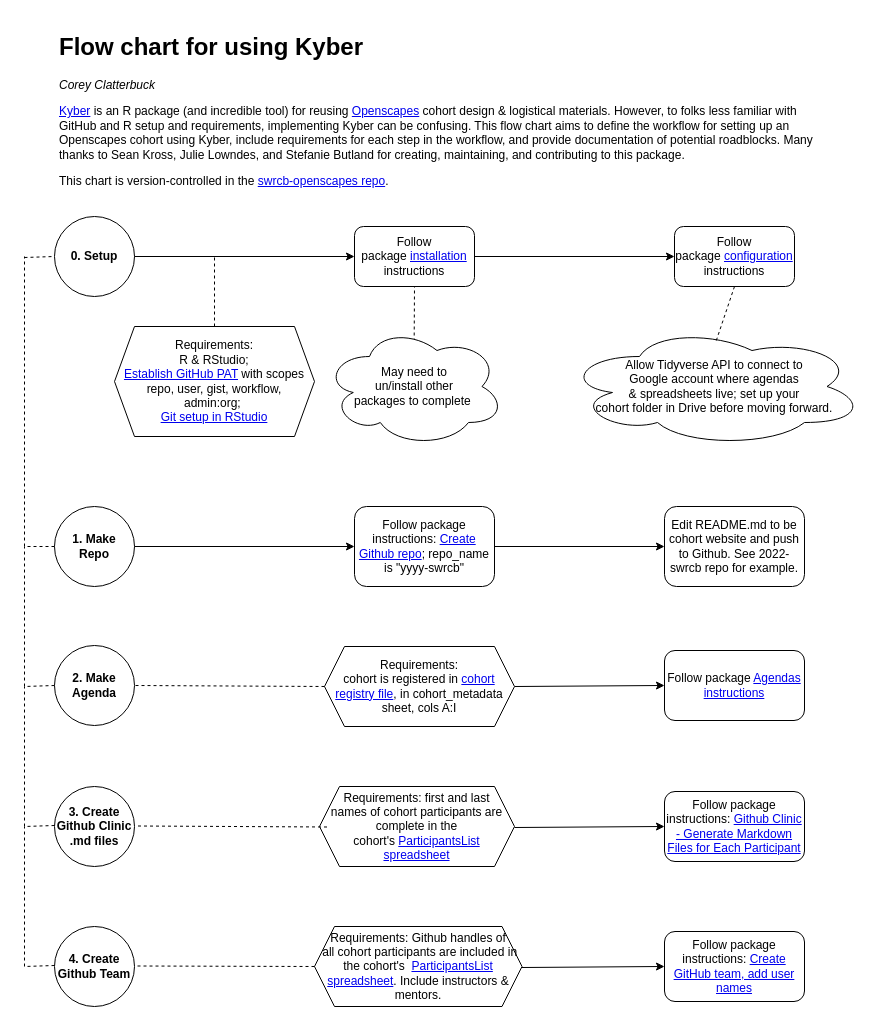
The draw.io diagram images/KyberFlow.drawio in CAWaterBoardDataCenter/swrcb-openscapes, before the edit. Source tidied: cells renumbered, new cells numbered last; positions are measured from the earlier drawing's top-left corner, leaving out a move shared by most shapes. Both pictures are drawn from the tidied source at 100%, with x=0, y=0 at pixel (24, 27).
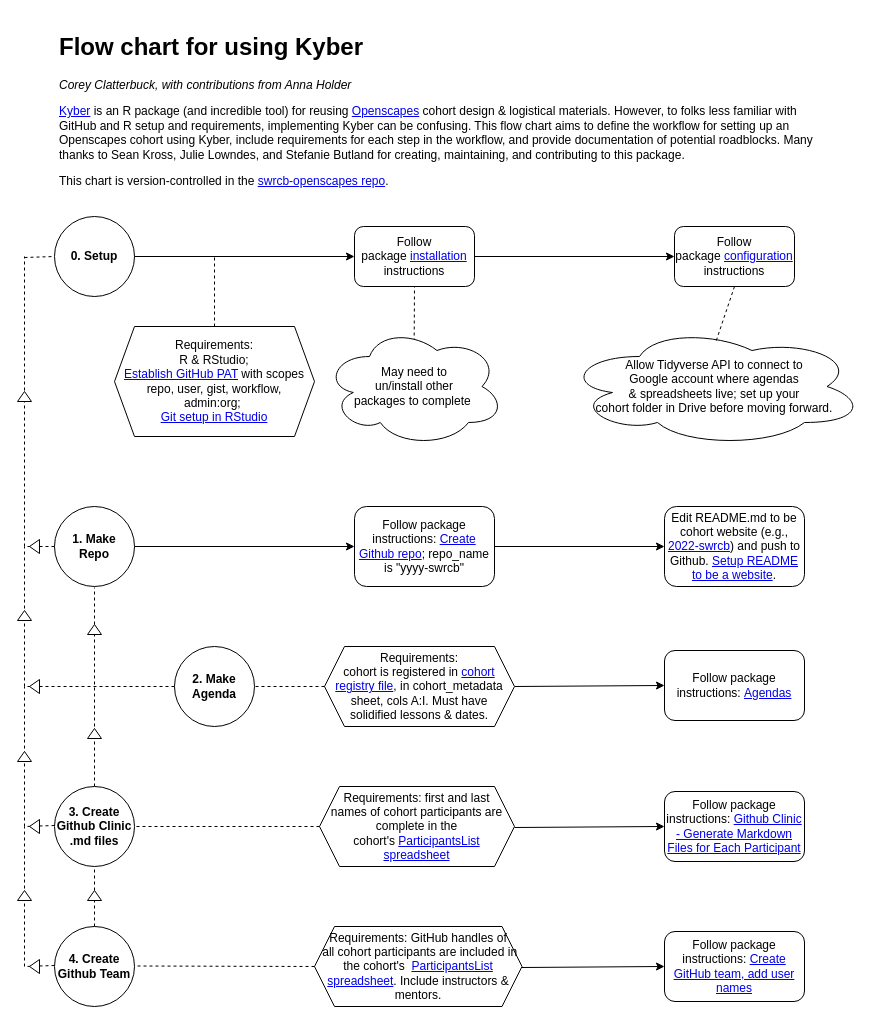
Above is the later version.

Commit message:
edit KyberFlow requirements flow

Unchanged cells that the change refers to:
```xml
<mxCell id="17" value="3. Create Github Clinic .md files" style="ellipse;whiteSpace=wrap;html=1;fontStyle=1;" parent="1" vertex="1">
  <mxGeometry x="30" y="759" width="80" height="80" as="geometry" />
</mxCell>
<mxCell id="18" value="4. Create Github Team" style="ellipse;whiteSpace=wrap;html=1;fontStyle=1;" parent="1" vertex="1">
  <mxGeometry x="30" y="899" width="80" height="80" as="geometry" />
</mxCell>
<mxCell id="25" value="&lt;span style=&quot;font-weight: normal;&quot;&gt;Requirements: first and last &lt;br&gt;names of cohort participants are complete in the cohort's&amp;nbsp;&lt;a href=&quot;https://docs.google.com/spreadsheets/d/1bN80xSd0dkGEKpdAb0s8OmL_8aAF_wzR04DA1h8uZCY/edit#gid=0&quot;&gt;ParticipantsList spreadsheet&lt;/a&gt;&lt;/span&gt;" style="shape=hexagon;perimeter=hexagonPerimeter2;whiteSpace=wrap;html=1;fixedSize=1;fontStyle=1;" parent="1" vertex="1">
  <mxGeometry x="295" y="759" width="195" height="80" as="geometry" />
</mxCell>
```

Change to the diagram source:
```diff
@@
-    <mxCell id="15" value="Edit README.md to be cohort website and push to Github. See 2022-swrcb repo for example." style="rounded=1;whiteSpace=wrap;html=1;" parent="1" vertex="1">
+    <mxCell id="15" value="Edit README.md to be cohort website (e.g., &lt;a href=&quot;https://github.com/Openscapes/2022-swrcb&quot;&gt;2022-swrcb&lt;/a&gt;) and push to Github. &lt;a href=&quot;https://www.youtube.com/watch?v=HIAvNi-4TkU&quot;&gt;Setup README to be a website&lt;/a&gt;." style="rounded=1;whiteSpace=wrap;html=1;" parent="1" vertex="1">
       <mxGeometry x="640" y="479" width="140" height="80" as="geometry" />
     </mxCell>
     <mxCell id="16" value="2. Make&lt;br&gt;Agenda" style="ellipse;whiteSpace=wrap;html=1;fontStyle=1;" parent="1" vertex="1">
-      <mxGeometry x="30" y="618" width="80" height="80" as="geometry" />
+      <mxGeometry x="150" y="619" width="80" height="80" as="geometry" />
     </mxCell>
@@
-    <mxCell id="22" value="Requirements: &lt;br&gt;cohort is registered in &lt;a href=&quot;https://docs.google.com/spreadsheets/d/1Ys9KiTXXmZ_laBoCV2QWEm7AcnGSVQaXvm2xpi4XTSc/edit#gid=695033382&quot;&gt;cohort registry file&lt;/a&gt;, in cohort_metadata sheet, cols A:I" style="shape=hexagon;perimeter=hexagonPerimeter2;whiteSpace=wrap;html=1;fixedSize=1;" parent="1" vertex="1">
+    <mxCell id="22" value="Requirements: &lt;br&gt;cohort is registered in &lt;a href=&quot;https://docs.google.com/spreadsheets/d/1Ys9KiTXXmZ_laBoCV2QWEm7AcnGSVQaXvm2xpi4XTSc/edit#gid=695033382&quot;&gt;cohort registry file&lt;/a&gt;, in cohort_metadata sheet, cols A:I. Must have &lt;br&gt;solidified lessons &amp;amp; dates." style="shape=hexagon;perimeter=hexagonPerimeter2;whiteSpace=wrap;html=1;fixedSize=1;" parent="1" vertex="1">
       <mxGeometry x="300" y="619" width="190" height="80" as="geometry" />
     </mxCell>
@@
-    <mxCell id="24" value="Follow package &lt;a href=&quot;https://github.com/Openscapes/kyber#agendas&quot;&gt;Agendas instructions&lt;/a&gt;" style="rounded=1;whiteSpace=wrap;html=1;" parent="1" vertex="1">
+    <mxCell id="24" value="Follow package instructions:&amp;nbsp;&lt;a href=&quot;https://github.com/Openscapes/kyber#agendas&quot;&gt;Agendas&lt;/a&gt;" style="rounded=1;whiteSpace=wrap;html=1;" parent="1" vertex="1">
       <mxGeometry x="640" y="623" width="140" height="70" as="geometry" />
     </mxCell>
@@
-    <mxCell id="26" value="&lt;span style=&quot;font-weight: normal;&quot;&gt;Requirements: Github handles of&lt;br&gt;&amp;nbsp;all cohort participants are included in the cohort's&amp;nbsp;&amp;nbsp;&lt;a href=&quot;https://docs.google.com/spreadsheets/d/1bN80xSd0dkGEKpdAb0s8OmL_8aAF_wzR04DA1h8uZCY/edit#gid=0&quot;&gt;ParticipantsList spreadsheet&lt;/a&gt;. Include instructors &amp;amp; mentors.&lt;/span&gt;" style="shape=hexagon;perimeter=hexagonPerimeter2;whiteSpace=wrap;html=1;fixedSize=1;fontStyle=1;" parent="1" vertex="1">
+    <mxCell id="26" value="&lt;span style=&quot;font-weight: normal;&quot;&gt;Requirements: GitHub handles of&lt;br&gt;&amp;nbsp;all cohort participants are included in the cohort's&amp;nbsp;&amp;nbsp;&lt;a href=&quot;https://docs.google.com/spreadsheets/d/1bN80xSd0dkGEKpdAb0s8OmL_8aAF_wzR04DA1h8uZCY/edit#gid=0&quot;&gt;ParticipantsList spreadsheet&lt;/a&gt;. Include instructors &amp;amp; mentors.&lt;/span&gt;" style="shape=hexagon;perimeter=hexagonPerimeter2;whiteSpace=wrap;html=1;fixedSize=1;fontStyle=1;" parent="1" vertex="1">
       <mxGeometry x="290" y="899" width="207.5" height="80" as="geometry" />
     </mxCell>
@@
-    <mxCell id="31" style="endArrow=none;dashed=1;html=1;rounded=0;entryX=1;entryY=0.5;entryDx=0;entryDy=0;exitX=0;exitY=0.5;exitDx=0;exitDy=0;" parent="1" edge="1">
-      <mxGeometry relative="1" as="geometry">
-        <mxPoint x="302.5" y="799.5" as="sourcePoint" />
-        <mxPoint x="112.5" y="798.5" as="targetPoint" />
-      </mxGeometry>
+    <mxCell id="31" style="endArrow=none;dashed=1;html=1;rounded=0;entryX=1;entryY=0.5;entryDx=0;entryDy=0;exitX=0;exitY=0.5;exitDx=0;exitDy=0;" parent="1" edge="1" source="25" target="17">
+      <mxGeometry relative="1" as="geometry" />
     </mxCell>
@@
-    <mxCell id="37" value="&lt;h1&gt;Flow chart for using Kyber&lt;/h1&gt;&lt;p&gt;&lt;i&gt;Corey Clatterbuck&lt;/i&gt;&lt;/p&gt;&lt;p&gt;&lt;a href=&quot;https://github.com/Openscapes/kyber&quot;&gt;Kyber&lt;/a&gt; is an R package (and incredible tool) for reusing &lt;a href=&quot;https://openscapes.github.io/approach-guide/&quot;&gt;Openscapes&lt;/a&gt;&amp;nbsp;cohort design &amp;amp; logistical materials. However, to folks less familiar with GitHub and R setup and requirements, implementing Kyber can be confusing. This flow chart aims to define the workflow for setting up an Openscapes cohort using Kyber, include requirements for each step in the workflow, and provide documentation of potential roadblocks. Many thanks to Sean Kross, Julie Lowndes, and Stefanie Butland for creating, maintaining, and contributing to this package.&amp;nbsp;&lt;/p&gt;&lt;p&gt;This chart is version-controlled in the &lt;a href=&quot;https://github.com/CAWaterBoardDataCenter/swrcb-openscapes&quot;&gt;swrcb-openscapes repo&lt;/a&gt;.&lt;/p&gt;" style="text;html=1;strokeColor=none;fillColor=none;spacing=5;spacingTop=-20;whiteSpace=wrap;overflow=hidden;rounded=0;" parent="1" vertex="1">
+    <mxCell id="37" value="&lt;h1&gt;Flow chart for using Kyber&lt;/h1&gt;&lt;p&gt;&lt;i&gt;Corey Clatterbuck, with contributions from Anna Holder&lt;/i&gt;&lt;/p&gt;&lt;p&gt;&lt;a href=&quot;https://github.com/Openscapes/kyber&quot;&gt;Kyber&lt;/a&gt; is an R package (and incredible tool) for reusing &lt;a href=&quot;https://openscapes.github.io/approach-guide/&quot;&gt;Openscapes&lt;/a&gt;&amp;nbsp;cohort design &amp;amp; logistical materials. However, to folks less familiar with GitHub and R setup and requirements, implementing Kyber can be confusing. This flow chart aims to define the workflow for setting up an Openscapes cohort using Kyber, include requirements for each step in the workflow, and provide documentation of potential roadblocks. Many thanks to Sean Kross, Julie Lowndes, and Stefanie Butland for creating, maintaining, and contributing to this package.&amp;nbsp;&lt;/p&gt;&lt;p&gt;This chart is version-controlled in the &lt;a href=&quot;https://github.com/CAWaterBoardDataCenter/swrcb-openscapes&quot;&gt;swrcb-openscapes repo&lt;/a&gt;.&lt;/p&gt;" style="text;html=1;strokeColor=none;fillColor=none;spacing=5;spacingTop=-20;whiteSpace=wrap;overflow=hidden;rounded=0;" parent="1" vertex="1">
       <mxGeometry x="30" width="770" height="170" as="geometry" />
     </mxCell>
@@
+    <mxCell id="39" style="triangle;whiteSpace=wrap;html=1;fontFamily=Helvetica;fontSize=12;fontColor=#000000;align=center;strokeColor=#000000;fillColor=#ffffff;rotation=-90;" parent="1" vertex="1">
+      <mxGeometry x="-5" y="362" width="10" height="14" as="geometry" />
+    </mxCell>
+    <mxCell id="40" style="triangle;whiteSpace=wrap;html=1;fontFamily=Helvetica;fontSize=12;fontColor=#000000;align=center;strokeColor=#000000;fillColor=#ffffff;rotation=-90;" parent="1" vertex="1">
+      <mxGeometry x="-5" y="581" width="10" height="14" as="geometry" />
+    </mxCell>
+    <mxCell id="41" style="triangle;whiteSpace=wrap;html=1;fontFamily=Helvetica;fontSize=12;fontColor=#000000;align=center;strokeColor=#000000;fillColor=#ffffff;rotation=-90;" parent="1" vertex="1">
+      <mxGeometry x="-5" y="722" width="10" height="14" as="geometry" />
+    </mxCell>
+    <mxCell id="42" style="triangle;whiteSpace=wrap;html=1;fontFamily=Helvetica;fontSize=12;fontColor=#000000;align=center;strokeColor=#000000;fillColor=#ffffff;rotation=-90;" parent="1" vertex="1">
+      <mxGeometry x="-5" y="861" width="10" height="14" as="geometry" />
+    </mxCell>
+    <mxCell id="43" style="triangle;whiteSpace=wrap;html=1;fontFamily=Helvetica;fontSize=12;fontColor=#000000;align=center;strokeColor=#000000;fillColor=#ffffff;rotation=-180;" parent="1" vertex="1">
+      <mxGeometry x="5" y="792" width="10" height="14" as="geometry" />
+    </mxCell>
+    <mxCell id="44" style="triangle;whiteSpace=wrap;html=1;fontFamily=Helvetica;fontSize=12;fontColor=#000000;align=center;strokeColor=#000000;fillColor=#ffffff;rotation=-180;" parent="1" vertex="1">
+      <mxGeometry x="5" y="932" width="10" height="14" as="geometry" />
+    </mxCell>
+    <mxCell id="45" style="triangle;whiteSpace=wrap;html=1;fontFamily=Helvetica;fontSize=12;fontColor=#000000;align=center;strokeColor=#000000;fillColor=#ffffff;rotation=-180;" parent="1" vertex="1">
+      <mxGeometry x="5" y="652" width="10" height="14" as="geometry" />
+    </mxCell>
+    <mxCell id="46" style="triangle;whiteSpace=wrap;html=1;fontFamily=Helvetica;fontSize=12;fontColor=#000000;align=center;strokeColor=#000000;fillColor=#ffffff;rotation=-180;" parent="1" vertex="1">
+      <mxGeometry x="5" y="512" width="10" height="14" as="geometry" />
+    </mxCell>
+    <mxCell id="47" style="endArrow=none;dashed=1;html=1;rounded=0;exitX=0.5;exitY=0;exitDx=0;exitDy=0;" parent="1" edge="1" source="17">
+      <mxGeometry relative="1" as="geometry">
+        <mxPoint x="70" y="560" as="targetPoint" />
+      </mxGeometry>
+    </mxCell>
+    <mxCell id="48" style="triangle;whiteSpace=wrap;html=1;fontFamily=Helvetica;fontSize=12;fontColor=#000000;align=center;strokeColor=#000000;fillColor=#ffffff;rotation=-90;" parent="1" vertex="1">
+      <mxGeometry x="65" y="595" width="10" height="14" as="geometry" />
+    </mxCell>
+    <mxCell id="49" style="triangle;whiteSpace=wrap;html=1;fontFamily=Helvetica;fontSize=12;fontColor=#000000;align=center;strokeColor=#000000;fillColor=#ffffff;rotation=-90;" parent="1" vertex="1">
+      <mxGeometry x="65" y="699" width="10" height="14" as="geometry" />
+    </mxCell>
+    <mxCell id="50" style="endArrow=none;dashed=1;html=1;rounded=0;exitX=0.5;exitY=0;exitDx=0;exitDy=0;entryX=0.5;entryY=1;entryDx=0;entryDy=0;" parent="1" edge="1" source="18" target="17">
+      <mxGeometry relative="1" as="geometry" />
+    </mxCell>
+    <mxCell id="51" style="triangle;whiteSpace=wrap;html=1;fontFamily=Helvetica;fontSize=12;fontColor=#000000;align=center;strokeColor=#000000;fillColor=#ffffff;rotation=-90;" parent="1" vertex="1">
+      <mxGeometry x="65" y="861" width="10" height="14" as="geometry" />
+    </mxCell>
```
